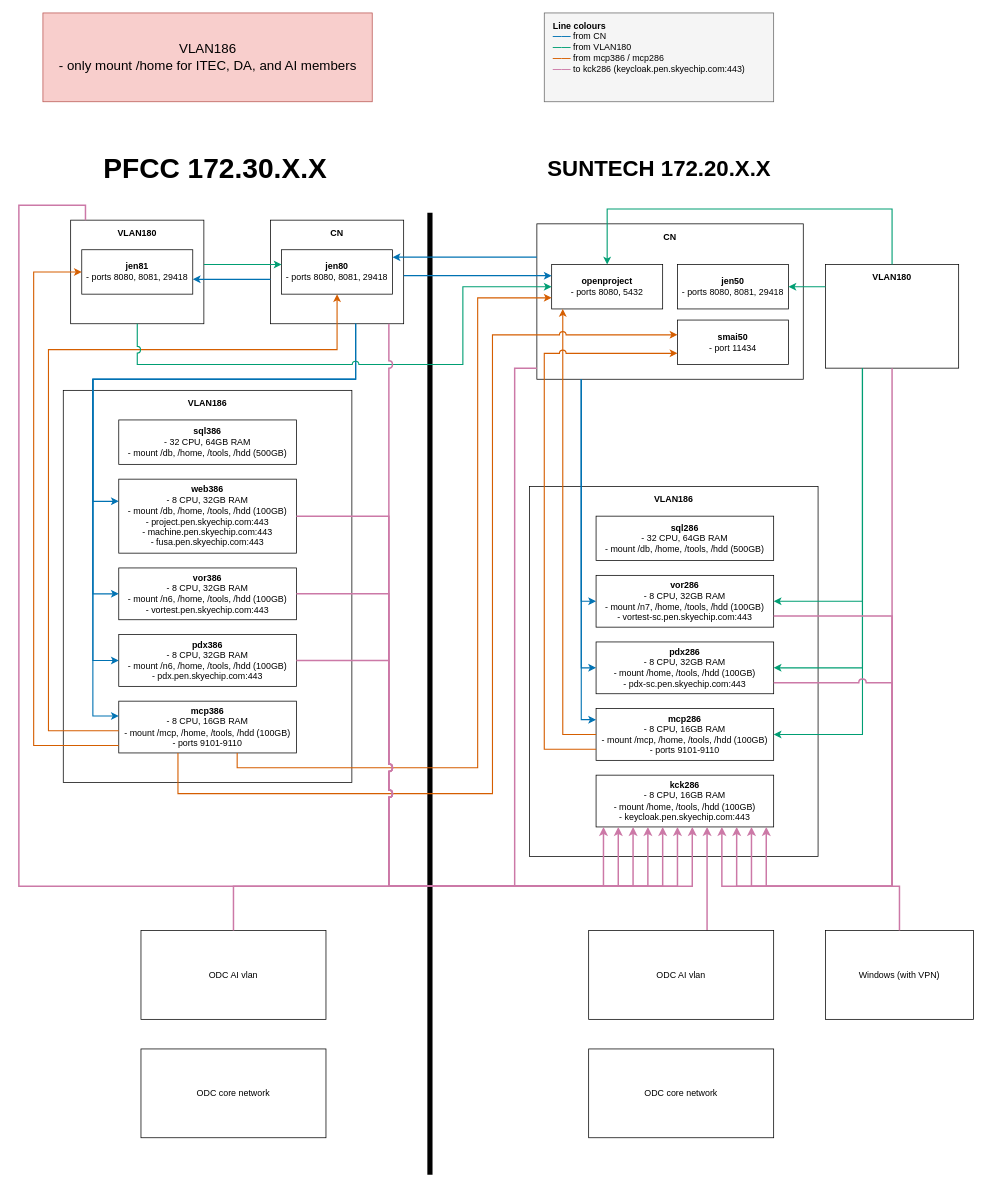
Before: vlan186_cleaned_v2.drawio in yk2274/tmp, a draw.io diagram. Source tidied: cells renumbered, new cells numbered last; positions are measured from the earlier drawing's top-left corner, leaving out a move shared by most shapes. Both pictures are drawn from the tidied source at 74%, with x=0, y=0 at pixel (18, 13).
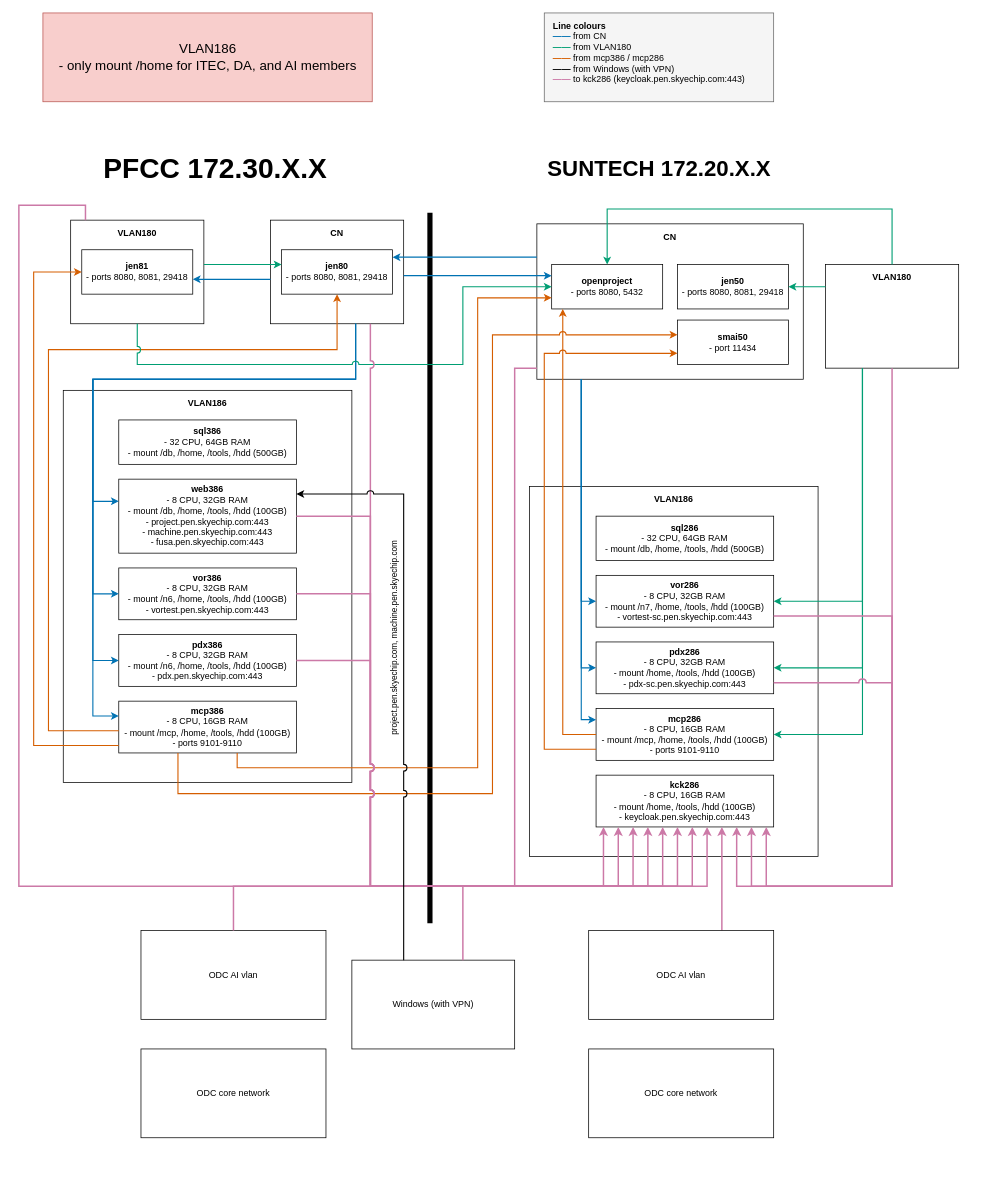
Above is the later version.

Commit message:
Add Windows (with VPN) -> web386 link for project and machine

- New black edge from Windows (with VPN) into web386 with a rotated
  label "project.pen.skyechip.com, machine.pen.skyechip.com"
- Windows box moved to the bottom centre between the two sites and the
  site divider shortened to end above it; its keycloak feeder now joins
  the bus right of the divider
- PFCC keycloak collector shifted left to make room; legend gains
  "from Windows (with VPN)"

Unchanged cells that the change refers to:
```xml
<mxCell id="5" value="&lt;b&gt;web386&lt;/b&gt;&lt;div&gt;- 8 CPU, 32GB RAM&lt;/div&gt;&lt;div&gt;- mount /db, /home, /tools, /hdd (100GB)&lt;/div&gt;&lt;div&gt;- project.pen.skyechip.com:443&lt;/div&gt;&lt;div&gt;- machine.pen.skyechip.com:443&lt;/div&gt;&lt;div&gt;- fusa.pen.skyechip.com:443&lt;/div&gt;" style="rounded=0;whiteSpace=wrap;html=1;align=center;" parent="2" vertex="1">
  <mxGeometry x="75" y="120" width="240" height="100" as="geometry" />
</mxCell>
<mxCell id="6" value="&lt;b&gt;vor386&lt;/b&gt;&lt;div&gt;- 8 CPU, 32GB RAM&lt;/div&gt;&lt;div&gt;- mount /n6, /home, /tools, /hdd (100GB)&lt;/div&gt;&lt;div&gt;- vortest.pen.skyechip.com:443&lt;/div&gt;" style="rounded=0;whiteSpace=wrap;html=1;" parent="2" vertex="1">
  <mxGeometry x="75" y="240" width="240" height="70" as="geometry" />
</mxCell>
<mxCell id="7" value="&lt;b&gt;pdx386&lt;/b&gt;&lt;div&gt;- 8 CPU, 32GB RAM&lt;/div&gt;&lt;div&gt;- mount /n6, /home, /tools, /hdd (100GB)&lt;/div&gt;&lt;div&gt;- pdx.pen.skyechip.com:443&lt;/div&gt;" style="rounded=0;whiteSpace=wrap;html=1;" parent="2" vertex="1">
  <mxGeometry x="75" y="330" width="240" height="70" as="geometry" />
</mxCell>
<mxCell id="10" value="CN" style="rounded=0;whiteSpace=wrap;html=1;verticalAlign=top;spacingTop=4;fontStyle=1;" parent="9" vertex="1">
  <mxGeometry width="180" height="140" as="geometry" />
</mxCell>
<mxCell id="31" value="&lt;b&gt;kck286&lt;/b&gt;&lt;div&gt;- 8 CPU, 16GB RAM&lt;/div&gt;&lt;div&gt;- mount /home, /tools, /hdd (100GB)&lt;/div&gt;&lt;div&gt;- keycloak.pen.skyechip.com:443&lt;/div&gt;" style="rounded=0;whiteSpace=wrap;html=1;" parent="25" vertex="1">
  <mxGeometry x="90" y="390" width="240" height="70" as="geometry" />
</mxCell>
<mxCell id="61" value="ODC AI vlan" style="rounded=0;whiteSpace=wrap;html=1;" parent="1" vertex="1">
  <mxGeometry x="770" y="1240" width="250" height="120" as="geometry" />
</mxCell>
```

Diff of the diagram source:
```diff
@@
     <mxCell id="15" style="line;strokeWidth=7;direction=south;html=1;" parent="1" vertex="1">
-      <mxGeometry x="538" y="270" width="35" height="1300" as="geometry" />
+      <mxGeometry x="538" y="270" width="35" height="960" as="geometry" />
     </mxCell>
@@
     <mxCell id="56" style="edgeStyle=orthogonalEdgeStyle;rounded=0;jettySize=auto;html=1;jumpStyle=arc;jumpSize=8;strokeWidth=2;strokeColor=#CC79A7;exitX=1.0;exitY=0.5;exitDx=0;exitDy=0;exitPerimeter=0;entryX=0.2917;entryY=1.0;entryDx=0;entryDy=0;entryPerimeter=0;" parent="1" edge="1" source="5" target="31">
       <mxGeometry relative="1" as="geometry">
         <Array as="points">
-          <mxPoint x="500" y="680" />
-          <mxPoint x="500" y="1180" />
+          <mxPoint x="475" y="680" />
+          <mxPoint x="475" y="1180" />
           <mxPoint x="850" y="1180" />
         </Array>
       </mxGeometry>
     </mxCell>
@@
-    <mxCell id="60" style="edgeStyle=orthogonalEdgeStyle;rounded=0;jettySize=auto;html=1;jumpStyle=arc;jumpSize=8;strokeWidth=2;strokeColor=#CC79A7;exitX=0.64;exitY=0.0;exitDx=0;exitDy=0;exitPerimeter=0;entryX=0.625;entryY=1.0;entryDx=0;entryDy=0;entryPerimeter=0;" parent="1" edge="1" source="61" target="31">
+    <mxCell id="60" style="edgeStyle=orthogonalEdgeStyle;rounded=0;jettySize=auto;html=1;jumpStyle=arc;jumpSize=8;strokeWidth=2;strokeColor=#CC79A7;exitX=0.72;exitY=0.0;exitDx=0;exitDy=0;exitPerimeter=0;entryX=0.7083;entryY=1.0;entryDx=0;entryDy=0;entryPerimeter=0;" parent="1" edge="1" source="61" target="31">
       <mxGeometry relative="1" as="geometry" />
     </mxCell>
@@
     <mxCell id="63" value="Windows (with VPN)" style="rounded=0;whiteSpace=wrap;html=1;" parent="1" vertex="1">
-      <mxGeometry x="1090" y="1240" width="200" height="120" as="geometry" />
+      <mxGeometry x="450" y="1280" width="220" height="120" as="geometry" />
     </mxCell>
@@
-    <mxCell id="66" style="edgeStyle=orthogonalEdgeStyle;rounded=0;jettySize=auto;html=1;jumpStyle=arc;jumpSize=8;strokeWidth=2;strokeColor=#CC79A7;exitX=0.8889;exitY=1.0;exitDx=0;exitDy=0;exitPerimeter=0;entryX=0.2083;entryY=1.0;entryDx=0;entryDy=0;entryPerimeter=0;" parent="1" edge="1" source="10" target="31">
+    <mxCell id="66" style="edgeStyle=orthogonalEdgeStyle;rounded=0;jettySize=auto;html=1;jumpStyle=arc;jumpSize=8;strokeWidth=2;strokeColor=#CC79A7;exitX=0.75;exitY=1.0;exitDx=0;exitDy=0;exitPerimeter=0;entryX=0.2083;entryY=1.0;entryDx=0;entryDy=0;entryPerimeter=0;" parent="1" edge="1" source="10" target="31">
       <mxGeometry relative="1" as="geometry">
         <Array as="points">
-          <mxPoint x="500" y="1180" />
+          <mxPoint x="475" y="1180" />
           <mxPoint x="830" y="1180" />
         </Array>
       </mxGeometry>
     </mxCell>
     <mxCell id="67" style="edgeStyle=orthogonalEdgeStyle;rounded=0;jettySize=auto;html=1;jumpStyle=arc;jumpSize=8;strokeWidth=2;strokeColor=#CC79A7;exitX=1.0;exitY=0.5;exitDx=0;exitDy=0;exitPerimeter=0;entryX=0.375;entryY=1.0;entryDx=0;entryDy=0;entryPerimeter=0;" parent="1" edge="1" source="6" target="31">
       <mxGeometry relative="1" as="geometry">
         <Array as="points">
-          <mxPoint x="500" y="785" />
-          <mxPoint x="500" y="1180" />
+          <mxPoint x="475" y="785" />
+          <mxPoint x="475" y="1180" />
           <mxPoint x="870" y="1180" />
         </Array>
       </mxGeometry>
     </mxCell>
     <mxCell id="68" style="edgeStyle=orthogonalEdgeStyle;rounded=0;jettySize=auto;html=1;jumpStyle=arc;jumpSize=8;strokeWidth=2;strokeColor=#CC79A7;exitX=1.0;exitY=0.5;exitDx=0;exitDy=0;exitPerimeter=0;entryX=0.4583;entryY=1.0;entryDx=0;entryDy=0;entryPerimeter=0;" parent="1" edge="1" source="7" target="31">
       <mxGeometry relative="1" as="geometry">
         <Array as="points">
-          <mxPoint x="500" y="875" />
-          <mxPoint x="500" y="1180" />
+          <mxPoint x="475" y="875" />
+          <mxPoint x="475" y="1180" />
           <mxPoint x="890" y="1180" />
         </Array>
       </mxGeometry>
     </mxCell>
@@
-    <mxCell id="70" style="edgeStyle=orthogonalEdgeStyle;rounded=0;jettySize=auto;html=1;jumpStyle=arc;jumpSize=8;strokeWidth=2;strokeColor=#CC79A7;exitX=0.5;exitY=0.0;exitDx=0;exitDy=0;exitPerimeter=0;entryX=0.7083;entryY=1.0;entryDx=0;entryDy=0;entryPerimeter=0;" parent="1" edge="1" source="63" target="31">
+    <mxCell id="70" style="edgeStyle=orthogonalEdgeStyle;rounded=0;jettySize=auto;html=1;jumpStyle=arc;jumpSize=8;strokeWidth=2;strokeColor=#CC79A7;exitX=0.6818;exitY=0.0;exitDx=0;exitDy=0;exitPerimeter=0;entryX=0.625;entryY=1.0;entryDx=0;entryDy=0;entryPerimeter=0;" parent="1" edge="1" source="63" target="31">
       <mxGeometry relative="1" as="geometry">
         <Array as="points">
-          <mxPoint x="1190" y="1180" />
-          <mxPoint x="950" y="1180" />
+          <mxPoint x="600" y="1180" />
+          <mxPoint x="930" y="1180" />
         </Array>
       </mxGeometry>
     </mxCell>
@@
+    <mxCell id="74" style="edgeStyle=orthogonalEdgeStyle;rounded=0;jettySize=auto;html=1;jumpStyle=arc;jumpSize=8;strokeWidth=1.5;strokeColor=#000000;exitX=0.3182;exitY=0.0;exitDx=0;exitDy=0;exitPerimeter=0;entryX=1.0;entryY=0.2;entryDx=0;entryDy=0;entryPerimeter=0;" parent="1" edge="1" source="63" target="5">
+      <mxGeometry relative="1" as="geometry">
+        <Array as="points">
+          <mxPoint x="520" y="650" />
+        </Array>
+      </mxGeometry>
+    </mxCell>
+    <mxCell id="75" value="project.pen.skyechip.com, machine.pen.skyechip.com" style="edgeLabel;html=1;align=center;verticalAlign=middle;fontSize=11;labelBackgroundColor=#ffffff;horizontal=0;" parent="74" vertex="1">
+      <mxGeometry x="0.12" y="14" relative="1" as="geometry" />
+    </mxCell>
-    <mxCell id="73" value="&lt;b&gt;Line colours&lt;/b&gt;&lt;div&gt;&lt;font color=&quot;#0072B2&quot;&gt;&lt;b&gt;&amp;#8212;&amp;#8212;&lt;/b&gt;&lt;/font&gt; from CN&lt;/div&gt;&lt;div&gt;&lt;font color=&quot;#009E73&quot;&gt;&lt;b&gt;&amp;#8212;&amp;#8212;&lt;/b&gt;&lt;/font&gt; from VLAN180&lt;/div&gt;&lt;div&gt;&lt;font color=&quot;#D55E00&quot;&gt;&lt;b&gt;&amp;#8212;&amp;#8212;&lt;/b&gt;&lt;/font&gt; from mcp386 / mcp286&lt;/div&gt;&lt;div&gt;&lt;font color=&quot;#CC79A7&quot;&gt;&lt;b&gt;&amp;#8212;&amp;#8212;&lt;/b&gt;&lt;/font&gt; to kck286 (keycloak.pen.skyechip.com:443)&lt;/div&gt;" style="rounded=0;whiteSpace=wrap;html=1;align=left;verticalAlign=top;spacingLeft=10;spacingTop=4;fillColor=#f5f5f5;strokeColor=#666666;" parent="1" vertex="1">
+    <mxCell id="73" value="&lt;b&gt;Line colours&lt;/b&gt;&lt;div&gt;&lt;font color=&quot;#0072B2&quot;&gt;&lt;b&gt;&amp;#8212;&amp;#8212;&lt;/b&gt;&lt;/font&gt; from CN&lt;/div&gt;&lt;div&gt;&lt;font color=&quot;#009E73&quot;&gt;&lt;b&gt;&amp;#8212;&amp;#8212;&lt;/b&gt;&lt;/font&gt; from VLAN180&lt;/div&gt;&lt;div&gt;&lt;font color=&quot;#D55E00&quot;&gt;&lt;b&gt;&amp;#8212;&amp;#8212;&lt;/b&gt;&lt;/font&gt; from mcp386 / mcp286&lt;/div&gt;&lt;div&gt;&lt;font color=&quot;#000000&quot;&gt;&lt;b&gt;&amp;#8212;&amp;#8212;&lt;/b&gt;&lt;/font&gt; from Windows (with VPN)&lt;/div&gt;&lt;div&gt;&lt;font color=&quot;#CC79A7&quot;&gt;&lt;b&gt;&amp;#8212;&amp;#8212;&lt;/b&gt;&lt;/font&gt; to kck286 (keycloak.pen.skyechip.com:443)&lt;/div&gt;" style="rounded=0;whiteSpace=wrap;html=1;align=left;verticalAlign=top;spacingLeft=10;spacingTop=4;fillColor=#f5f5f5;strokeColor=#666666;" parent="1" vertex="1">
       <mxGeometry x="710" width="310" height="120" as="geometry" />
     </mxCell>
```
